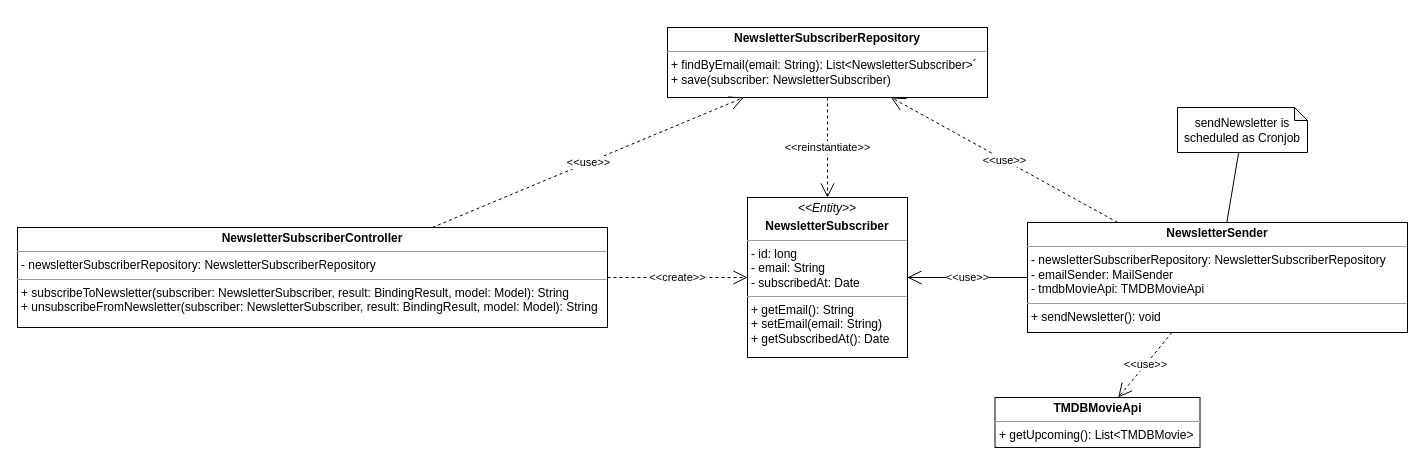
Earlier version of the draw.io diagram page "Newsletter" (2 of 4) of docs/class-diagrams.drawio (Chrish0r/movie-rator-project). Source tidied: cells renumbered, new cells numbered last; positions are measured from the earlier drawing's top-left corner, leaving out a move shared by most shapes. Both pictures are drawn from the tidied source at 100%, with x=0, y=0 at pixel (17, 27).
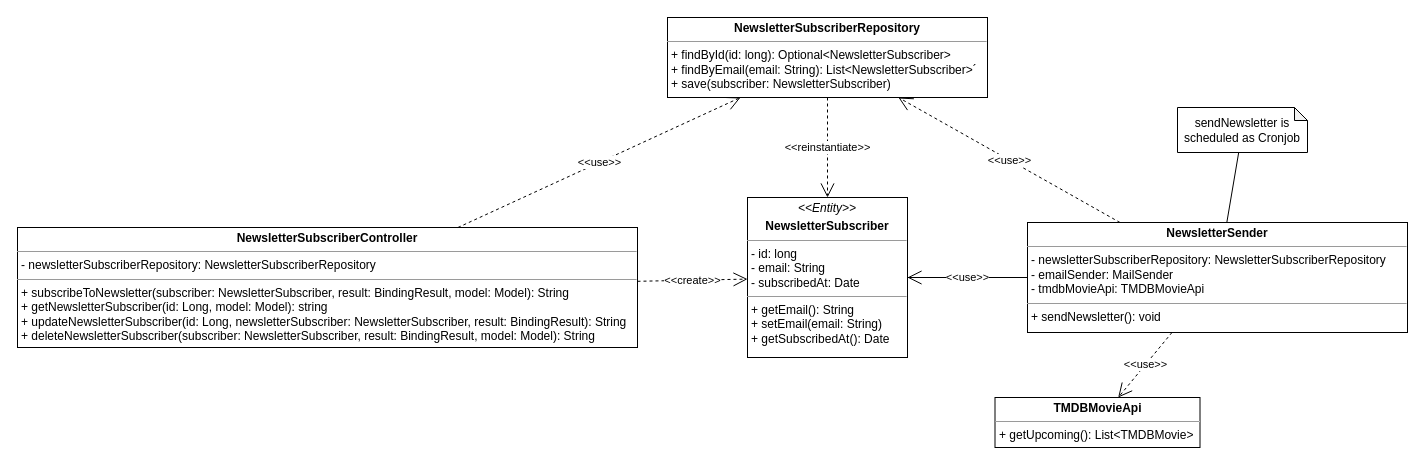
The same diagram, later.

Diff of the diagram source:
```diff
@@
 <mxGraphModel>
   <root>
     <mxCell id="0" />
     <mxCell id="1" parent="0" />
     <mxCell id="2" value="&lt;p style=&quot;margin:0px;margin-top:4px;text-align:center;&quot;&gt;&lt;i style=&quot;&quot;&gt;&amp;lt;&amp;lt;Entity&amp;gt;&amp;gt;&lt;/i&gt;&lt;/p&gt;&lt;p style=&quot;margin:0px;margin-top:4px;text-align:center;&quot;&gt;&lt;b&gt;NewsletterSubscriber&lt;/b&gt;&lt;/p&gt;&lt;hr size=&quot;1&quot;&gt;&lt;p style=&quot;margin:0px;margin-left:4px;&quot;&gt;- id: long&lt;/p&gt;&lt;p style=&quot;margin:0px;margin-left:4px;&quot;&gt;- email: String&lt;/p&gt;&lt;p style=&quot;margin:0px;margin-left:4px;&quot;&gt;- subscribedAt: Date&lt;/p&gt;&lt;hr size=&quot;1&quot;&gt;&lt;p style=&quot;margin:0px;margin-left:4px;&quot;&gt;+ getEmail(): String&lt;/p&gt;&lt;p style=&quot;margin:0px;margin-left:4px;&quot;&gt;+ setEmail(email: String)&lt;/p&gt;&lt;p style=&quot;margin:0px;margin-left:4px;&quot;&gt;+ getSubscribedAt(): Date&lt;/p&gt;" style="verticalAlign=top;align=left;overflow=fill;fontSize=12;fontFamily=Helvetica;html=1;" parent="1" vertex="1">
       <mxGeometry x="730" y="170" width="160" height="160" as="geometry" />
     </mxCell>
-    <mxCell id="3" value="&lt;p style=&quot;margin:0px;margin-top:4px;text-align:center;&quot;&gt;&lt;b&gt;NewsletterSubscriberController&lt;/b&gt;&lt;/p&gt;&lt;hr size=&quot;1&quot;&gt;&lt;p style=&quot;margin:0px;margin-left:4px;&quot;&gt;- newsletterSubscriberRepository: NewsletterSubscriberRepository&lt;/p&gt;&lt;hr size=&quot;1&quot;&gt;&lt;p style=&quot;margin:0px;margin-left:4px;&quot;&gt;+ subscribeToNewsletter(subscriber: NewsletterSubscriber, result: BindingResult, model: Model): String&lt;/p&gt;&lt;p style=&quot;margin:0px;margin-left:4px;&quot;&gt;+ unsubscribeFromNewsletter(subscriber: NewsletterSubscriber, result: BindingResult, model: Model): String&lt;/p&gt;" style="verticalAlign=top;align=left;overflow=fill;fontSize=12;fontFamily=Helvetica;html=1;" parent="1" vertex="1">
-      <mxGeometry y="200" width="590" height="100" as="geometry" />
+    <mxCell id="3" value="&lt;p style=&quot;margin:0px;margin-top:4px;text-align:center;&quot;&gt;&lt;b&gt;NewsletterSubscriberController&lt;/b&gt;&lt;/p&gt;&lt;hr size=&quot;1&quot;&gt;&lt;p style=&quot;margin:0px;margin-left:4px;&quot;&gt;- newsletterSubscriberRepository: NewsletterSubscriberRepository&lt;/p&gt;&lt;hr size=&quot;1&quot;&gt;&lt;p style=&quot;margin:0px;margin-left:4px;&quot;&gt;+ subscribeToNewsletter(subscriber: NewsletterSubscriber, result: BindingResult, model: Model): String&lt;/p&gt;&lt;p style=&quot;margin:0px;margin-left:4px;&quot;&gt;+ getNewsletterSubscriber(id: Long, model: Model): string&lt;/p&gt;&lt;p style=&quot;margin:0px;margin-left:4px;&quot;&gt;+ updateNewsletterSubscriber(id: Long, newsletterSubscriber: NewsletterSubscriber, result: BindingResult): String&lt;/p&gt;&lt;p style=&quot;margin:0px;margin-left:4px;&quot;&gt;+ deleteNewsletterSubscriber(subscriber: NewsletterSubscriber, result: BindingResult, model: Model): String&lt;/p&gt;" style="verticalAlign=top;align=left;overflow=fill;fontSize=12;fontFamily=Helvetica;html=1;" parent="1" vertex="1">
+      <mxGeometry y="200" width="620" height="120" as="geometry" />
     </mxCell>
-    <mxCell id="4" value="&lt;p style=&quot;margin:0px;margin-top:4px;text-align:center;&quot;&gt;&lt;b&gt;NewsletterSubscriberRepository&lt;/b&gt;&lt;/p&gt;&lt;hr size=&quot;1&quot;&gt;&lt;p style=&quot;margin:0px;margin-left:4px;&quot;&gt;+ findByEmail(email: String): List&amp;lt;NewsletterSubscriber&amp;gt;´&lt;/p&gt;&lt;p style=&quot;margin:0px;margin-left:4px;&quot;&gt;+ save(subscriber: NewsletterSubscriber)&lt;/p&gt;" style="verticalAlign=top;align=left;overflow=fill;fontSize=12;fontFamily=Helvetica;html=1;" parent="1" vertex="1">
-      <mxGeometry x="650" width="320" height="70" as="geometry" />
+    <mxCell id="4" value="&lt;p style=&quot;margin:0px;margin-top:4px;text-align:center;&quot;&gt;&lt;b&gt;NewsletterSubscriberRepository&lt;/b&gt;&lt;/p&gt;&lt;hr size=&quot;1&quot;&gt;&lt;p style=&quot;margin:0px;margin-left:4px;&quot;&gt;+ findById(id: long): Optional&amp;lt;NewsletterSubscriber&amp;gt;&lt;/p&gt;&lt;p style=&quot;margin:0px;margin-left:4px;&quot;&gt;+ findByEmail(email: String): List&amp;lt;NewsletterSubscriber&amp;gt;´&lt;/p&gt;&lt;p style=&quot;margin:0px;margin-left:4px;&quot;&gt;+ save(subscriber: NewsletterSubscriber)&lt;/p&gt;" style="verticalAlign=top;align=left;overflow=fill;fontSize=12;fontFamily=Helvetica;html=1;" parent="1" vertex="1">
+      <mxGeometry x="650" y="-10" width="320" height="80" as="geometry" />
     </mxCell>
     <mxCell id="5" value="&amp;lt;&amp;lt;use&amp;gt;&amp;gt;" style="endArrow=open;endSize=12;dashed=1;html=1;rounded=0;" parent="1" edge="1" source="3" target="4">
       <mxGeometry relative="1" as="geometry" />
     </mxCell>
     <mxCell id="6" value="&amp;lt;&amp;lt;reinstantiate&amp;gt;&amp;gt;" style="endArrow=open;endSize=12;dashed=1;html=1;rounded=0;" parent="1" edge="1" source="4" target="2">
       <mxGeometry relative="1" as="geometry" />
     </mxCell>
     <mxCell id="7" style="edgeStyle=orthogonalEdgeStyle;rounded=0;jettySize=auto;html=1;startArrow=none;startFill=0;endArrow=none;endFill=0;" parent="1" edge="1" source="8" target="2">
       <mxGeometry relative="1" as="geometry" />
     </mxCell>
     <mxCell id="8" value="&lt;p style=&quot;margin:0px;margin-top:4px;text-align:center;&quot;&gt;&lt;b&gt;NewsletterSender&lt;/b&gt;&lt;/p&gt;&lt;hr size=&quot;1&quot;&gt;&lt;p style=&quot;margin:0px;margin-left:4px;&quot;&gt;- newsletterSubscriberRepository: NewsletterSubscriberRepository&lt;br&gt;&lt;/p&gt;&lt;p style=&quot;margin:0px;margin-left:4px;&quot;&gt;- emailSender: MailSender&lt;/p&gt;&lt;p style=&quot;margin:0px;margin-left:4px;&quot;&gt;- tmdbMovieApi: TMDBMovieApi&lt;/p&gt;&lt;hr size=&quot;1&quot;&gt;&lt;p style=&quot;margin:0px;margin-left:4px;&quot;&gt;+ sendNewsletter(): void&lt;/p&gt;" style="verticalAlign=top;align=left;overflow=fill;fontSize=12;fontFamily=Helvetica;html=1;" parent="1" vertex="1">
       <mxGeometry x="1010" y="195" width="380" height="110" as="geometry" />
     </mxCell>
     <mxCell id="9" value="&lt;p style=&quot;margin:0px;margin-top:4px;text-align:center;&quot;&gt;&lt;b&gt;TMDBMovieApi&lt;/b&gt;&lt;/p&gt;&lt;hr size=&quot;1&quot;&gt;&lt;p style=&quot;margin:0px;margin-left:4px;&quot;&gt;+ getUpcoming(): List&amp;lt;TMDBMovie&amp;gt;&lt;/p&gt;" style="verticalAlign=top;align=left;overflow=fill;fontSize=12;fontFamily=Helvetica;html=1;" parent="1" vertex="1">
       <mxGeometry x="977.5" y="370" width="205" height="50" as="geometry" />
     </mxCell>
     <mxCell id="10" value="&amp;lt;&amp;lt;use&amp;gt;&amp;gt;" style="endArrow=open;endSize=12;dashed=1;html=1;rounded=0;" parent="1" edge="1" source="8" target="4">
       <mxGeometry relative="1" as="geometry" />
     </mxCell>
     <mxCell id="11" value="&amp;lt;&amp;lt;use&amp;gt;&amp;gt;" style="endArrow=open;endSize=12;dashed=1;html=1;rounded=0;" parent="1" edge="1" source="8" target="9">
       <mxGeometry relative="1" as="geometry" />
     </mxCell>
     <mxCell id="12" value="&amp;lt;&amp;lt;use&amp;gt;&amp;gt;" style="endArrow=open;endSize=12;dashed=1;html=1;rounded=0;" parent="1" edge="1" source="8" target="2">
       <mxGeometry relative="1" as="geometry" />
     </mxCell>
     <mxCell id="13" value="&amp;lt;&amp;lt;create&amp;gt;&amp;gt;" style="endArrow=open;endSize=12;dashed=1;html=1;rounded=0;" parent="1" edge="1" source="3" target="2">
       <mxGeometry relative="1" as="geometry" />
     </mxCell>
     <mxCell id="14" style="rounded=0;jettySize=auto;html=1;endArrow=none;endFill=0;" parent="1" edge="1" source="15" target="8">
       <mxGeometry relative="1" as="geometry" />
     </mxCell>
     <mxCell id="15" value="sendNewsletter is scheduled as Cronjob" style="shape=note;whiteSpace=wrap;html=1;backgroundOutline=1;darkOpacity=0.05;size=13;" parent="1" vertex="1">
       <mxGeometry x="1160" y="80" width="130" height="45" as="geometry" />
     </mxCell>
   </root>
 </mxGraphModel>
```
